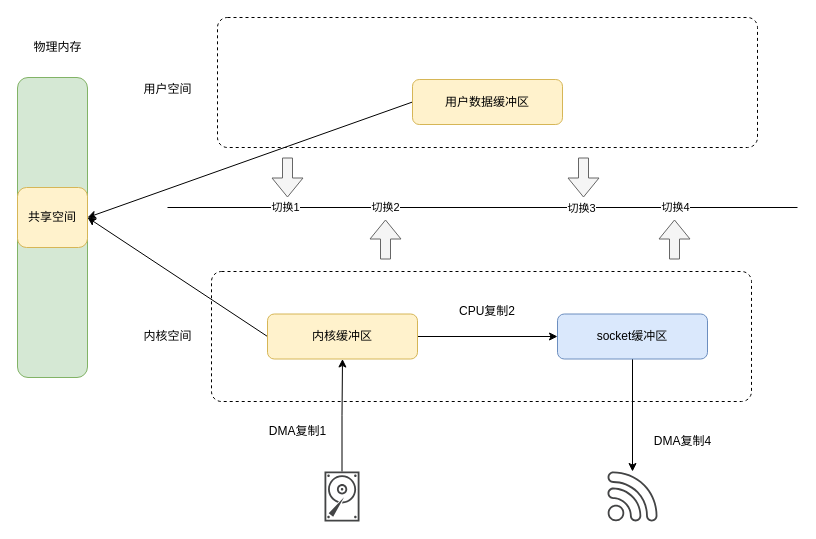
erlieStar/diagrams keeps this draw.io diagram as rocketmq/mmap.drawio. Above is the earlier version. Source tidied: cells renumbered, new cells numbered last; positions are measured from the earlier drawing's top-left corner, leaving out a move shared by most shapes. Both pictures are drawn from the tidied source at 100%, with x=0, y=0 at pixel (17, 17).
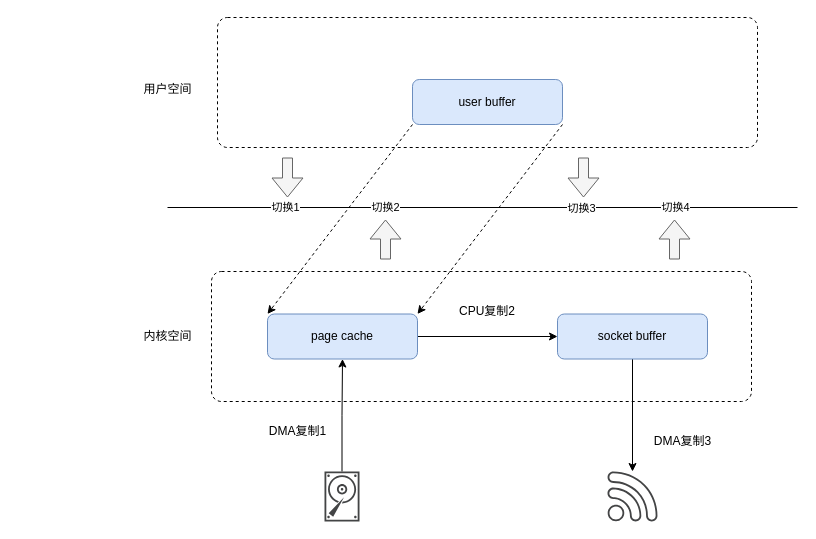
The same diagram, later.

What changed in the source:
```diff
@@
-    <mxCell id="11" style="rounded=0;jettySize=auto;html=1;exitX=0;exitY=0.5;exitDx=0;exitDy=0;" parent="1" edge="1" source="12">
-      <mxGeometry relative="1" as="geometry">
-        <mxPoint x="70" y="200" as="targetPoint" />
-      </mxGeometry>
-    </mxCell>
+    <mxCell id="31" style="rounded=0;jettySize=auto;html=1;exitX=0;exitY=1;exitDx=0;exitDy=0;entryX=0;entryY=0;entryDx=0;entryDy=0;dashed=1;" parent="1" edge="1" source="12" target="15">
+      <mxGeometry relative="1" as="geometry" />
+    </mxCell>
+    <mxCell id="32" style="edgeStyle=none;rounded=0;jettySize=auto;html=1;exitX=1;exitY=1;exitDx=0;exitDy=0;entryX=1;entryY=0;entryDx=0;entryDy=0;dashed=1;" parent="1" edge="1" source="12" target="15">
+      <mxGeometry relative="1" as="geometry" />
+    </mxCell>
-    <mxCell id="12" value="用户数据缓冲区" style="rounded=1;whiteSpace=wrap;html=1;fillColor=#fff2cc;strokeColor=#d6b656;" parent="1" vertex="1">
+    <mxCell id="12" value="user buffer" style="rounded=1;whiteSpace=wrap;html=1;fillColor=#dae8fc;strokeColor=#6c8ebf;" parent="1" vertex="1">
       <mxGeometry x="395" y="62" width="150" height="45" as="geometry" />
     </mxCell>
@@
-    <mxCell id="14" style="rounded=0;jettySize=auto;html=1;exitX=0;exitY=0.5;exitDx=0;exitDy=0;entryX=1;entryY=0.5;entryDx=0;entryDy=0;" parent="1" edge="1" source="15" target="29">
-      <mxGeometry relative="1" as="geometry" />
-    </mxCell>
-    <mxCell id="15" value="内核缓冲区" style="rounded=1;whiteSpace=wrap;html=1;fillColor=#fff2cc;strokeColor=#d6b656;" parent="1" vertex="1">
+    <mxCell id="15" value="page cache" style="rounded=1;whiteSpace=wrap;html=1;fillColor=#dae8fc;strokeColor=#6c8ebf;" parent="1" vertex="1">
       <mxGeometry x="250" y="296.5" width="150" height="45" as="geometry" />
     </mxCell>
@@
-    <mxCell id="17" value="socket缓冲区" style="rounded=1;whiteSpace=wrap;html=1;fillColor=#dae8fc;strokeColor=#6c8ebf;" parent="1" vertex="1">
+    <mxCell id="17" value="&lt;span&gt;socket buffer&lt;/span&gt;" style="rounded=1;whiteSpace=wrap;html=1;fillColor=#dae8fc;strokeColor=#6c8ebf;" parent="1" vertex="1">
       <mxGeometry x="540" y="296.5" width="150" height="45" as="geometry" />
     </mxCell>
@@
-    <mxCell id="22" value="DMA复制4" style="text;html=1;align=center;verticalAlign=middle;strokeColor=none;fillColor=none;" parent="1" vertex="1">
+    <mxCell id="22" value="DMA复制3" style="text;html=1;align=center;verticalAlign=middle;strokeColor=none;fillColor=none;" parent="1" vertex="1">
       <mxGeometry x="630" y="414" width="70" height="20" as="geometry" />
     </mxCell>
@@
-    <mxCell id="28" style="rounded=1;whiteSpace=wrap;html=1;fillColor=#d5e8d4;strokeColor=#82b366;" parent="1" vertex="1">
-      <mxGeometry y="60" width="70" height="300" as="geometry" />
-    </mxCell>
-    <mxCell id="29" value="共享空间" style="rounded=1;whiteSpace=wrap;html=1;fillColor=#fff2cc;strokeColor=#d6b656;" parent="1" vertex="1">
-      <mxGeometry y="170" width="70" height="60" as="geometry" />
-    </mxCell>
-    <mxCell id="30" value="物理内存" style="text;html=1;align=center;verticalAlign=middle;strokeColor=none;fillColor=none;" parent="1" vertex="1">
-      <mxGeometry x="10" y="20" width="60" height="20" as="geometry" />
-    </mxCell>
```
